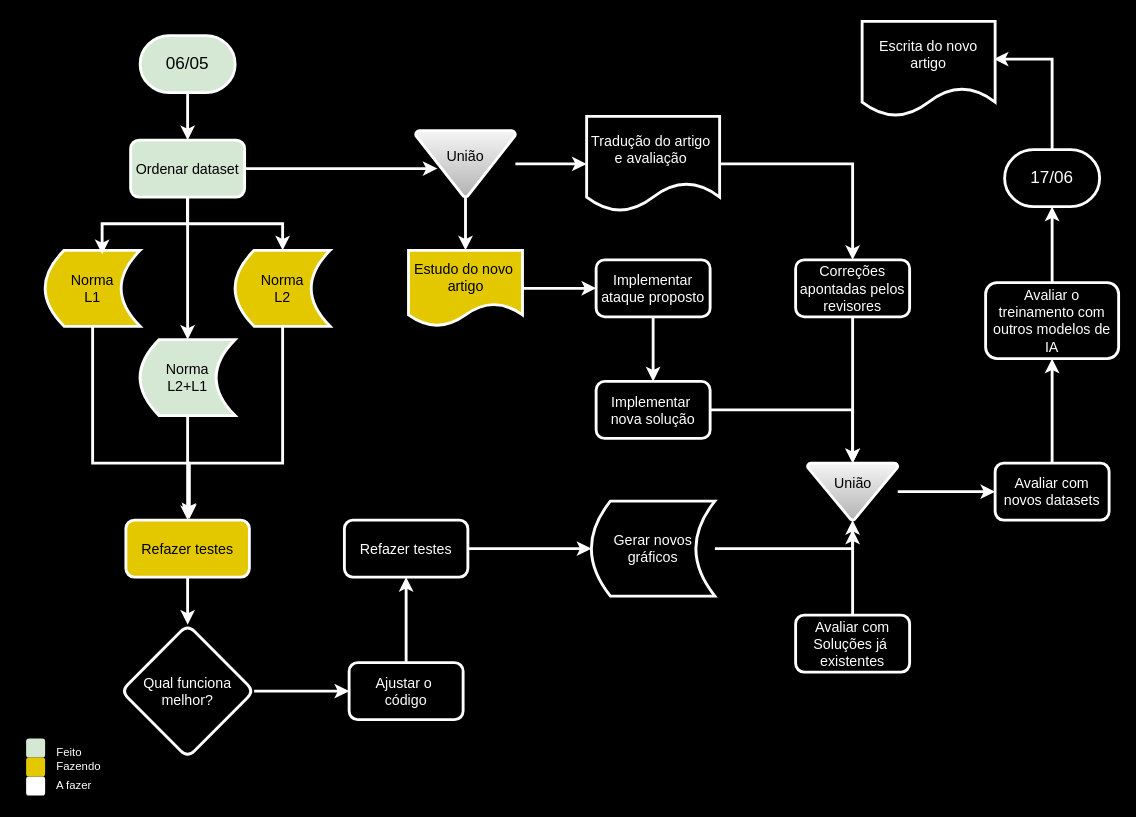
Before: Diagrama sem nome.drawio in Morais727/Diagramas, a draw.io diagram. Source tidied: cells renumbered, new cells numbered last; positions are measured from the earlier drawing's top-left corner, leaving out a move shared by most shapes. Both pictures are drawn from the tidied source at 95%, with x=0, y=0 at pixel (26, 21).
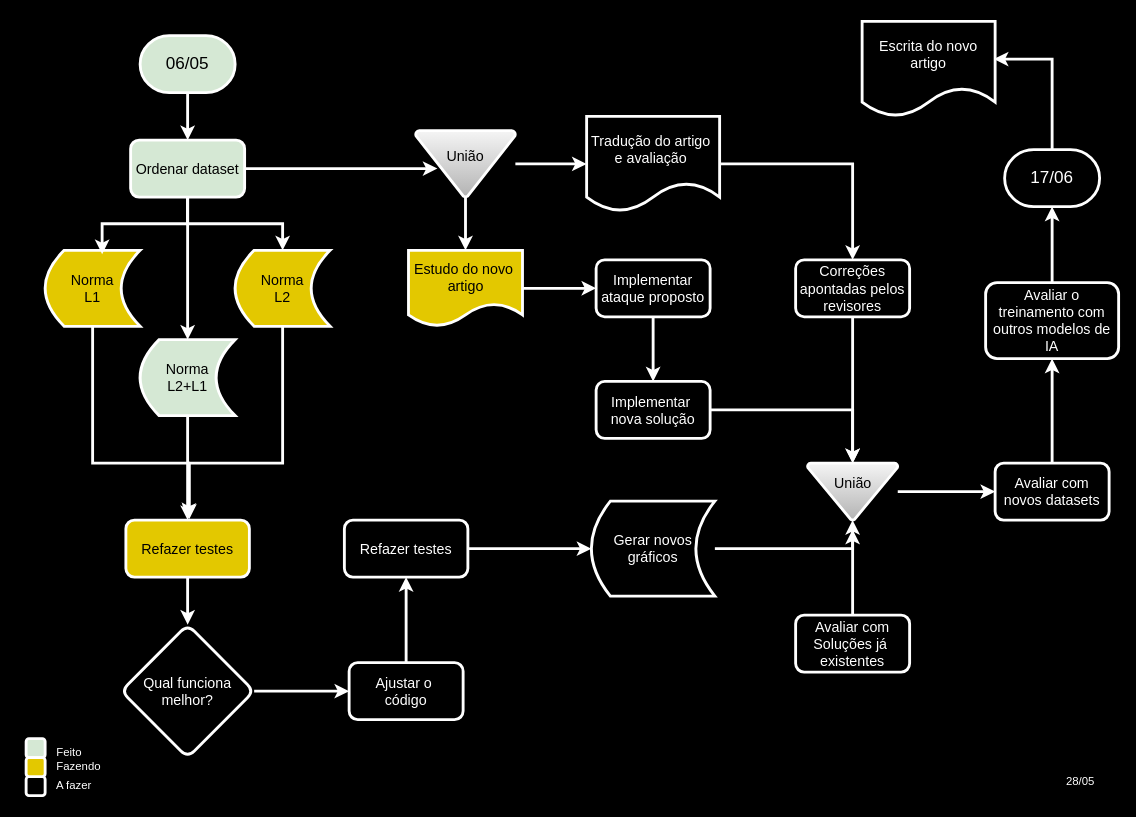
After the change.

The edit, as a diff of the source:
```diff
@@
+    <mxCell id="55" style="rounded=0;whiteSpace=wrap;html=1;fillColor=#000000;" parent="1" vertex="1">
+      <mxGeometry x="-10" y="-5" width="1160" height="820" as="geometry" />
+    </mxCell>
@@
-    <mxCell id="49" style="whiteSpace=wrap;html=1;rounded=1;strokeColor=none;align=center;verticalAlign=middle;fontFamily=Helvetica;fontSize=12;fontColor=default;fillColor=default;strokeWidth=3;labelBackgroundColor=none;" parent="1" vertex="1">
+    <mxCell id="49" style="whiteSpace=wrap;html=1;rounded=1;strokeColor=#FFFFFF;align=center;verticalAlign=middle;fontFamily=Helvetica;fontSize=12;fontColor=default;fillColor=#000000;strokeWidth=3;labelBackgroundColor=none;" parent="1" vertex="1">
       <mxGeometry y="795" width="20" height="20" as="geometry" />
     </mxCell>
-    <mxCell id="50" style="whiteSpace=wrap;html=1;rounded=1;strokeColor=none;align=center;verticalAlign=middle;fontFamily=Helvetica;fontSize=12;fillColor=#d5e8d4;strokeWidth=3;labelBackgroundColor=none;" parent="1" vertex="1">
+    <mxCell id="50" style="whiteSpace=wrap;html=1;rounded=1;strokeColor=#FFFFFF;align=center;verticalAlign=middle;fontFamily=Helvetica;fontSize=12;fillColor=#d5e8d4;strokeWidth=3;labelBackgroundColor=none;" parent="1" vertex="1">
       <mxGeometry y="755" width="20" height="20" as="geometry" />
     </mxCell>
-    <mxCell id="51" style="whiteSpace=wrap;html=1;rounded=1;strokeColor=none;align=center;verticalAlign=middle;fontFamily=Helvetica;fontSize=12;fontColor=#000000;fillColor=#e3c800;strokeWidth=3;labelBackgroundColor=none;" parent="1" vertex="1">
+    <mxCell id="51" style="whiteSpace=wrap;html=1;rounded=1;strokeColor=#FFFFFF;align=center;verticalAlign=middle;fontFamily=Helvetica;fontSize=12;fontColor=#000000;fillColor=#e3c800;strokeWidth=3;labelBackgroundColor=none;" parent="1" vertex="1">
       <mxGeometry y="775" width="20" height="20" as="geometry" />
     </mxCell>
@@
+    <mxCell id="56" value="&lt;font color=&quot;#ffffff&quot;&gt;28/05&lt;/font&gt;" style="text;html=1;align=center;verticalAlign=middle;whiteSpace=wrap;rounded=0;" parent="1" vertex="1">
+      <mxGeometry x="1080" y="785" width="60" height="30" as="geometry" />
+    </mxCell>
```
